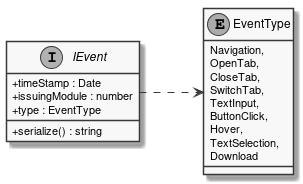
Before: documents/sd/resources/Classes/BrowserExtension/Shared/IEvent.png, a diagram exported from PlantUML (insightmind/MORR).
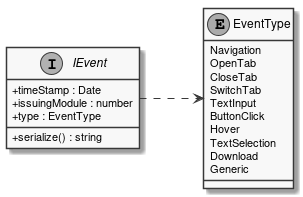
Later version of the same file.

Change to the diagram source:
```diff
@@ -12,14 +12,15 @@
 IEvent .RIGHT.> EventType : uses
 
 enum EventType {
-    Navigation,
-    OpenTab,
-    CloseTab,
-    SwitchTab,
-    TextInput,
-    ButtonClick,
-    Hover,
-    TextSelection,
+    Navigation
+    OpenTab
+    CloseTab
+    SwitchTab
+    TextInput
+    ButtonClick
+    Hover
+    TextSelection
     Download
+    Generic
 }
 @enduml
```
